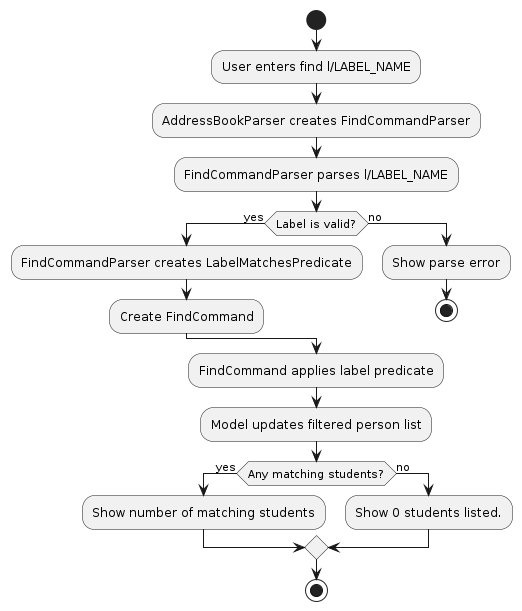
The PlantUML diagram diagrams/LabelFindActivityDiagram.png in AY2627S1-CS2103T-F12-1/tp, before a commit. Its source is kept beside it as diagrams/LabelFindActivityDiagram.puml. Source of this version:
```plantuml
@startuml
start

:User enters find l/LABEL_NAME;
:AddressBookParser creates FindCommandParser;
:FindCommandParser parses l/LABEL_NAME;

if (Label is valid?) then (yes)
    :FindCommandParser creates LabelMatchesPredicate;
    :Create FindCommand;
else (no)
    :Show parse error;
    stop
endif

:FindCommand applies label predicate;
:Model updates filtered person list;

if (Any matching students?) then (yes)
    :Show number of matching students;
else (no)
    :Show 0 students listed.;
endif

stop
@enduml
```
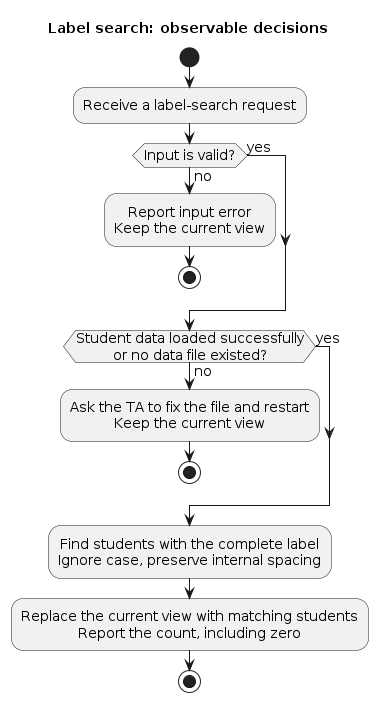
After the commit.

The edit, as a diff of the source:
```diff
@@ -1,26 +1,21 @@
 @startuml
+!include style.puml
+skinparam ArrowFontStyle plain
+
+title Label search: observable decisions
 start
-
-:User enters find l/LABEL_NAME;
-:AddressBookParser creates FindCommandParser;
-:FindCommandParser parses l/LABEL_NAME;
-
-if (Label is valid?) then (yes)
-    :FindCommandParser creates LabelMatchesPredicate;
-    :Create FindCommand;
+:Receive a label-search request;
+if (Input is valid?) then (yes)
 else (no)
-    :Show parse error;
+    :Report input error\nKeep the current view;
     stop
 endif
-
-:FindCommand applies label predicate;
-:Model updates filtered person list;
-
-if (Any matching students?) then (yes)
-    :Show number of matching students;
+if (Student data loaded successfully\nor no data file existed?) then (yes)
 else (no)
-    :Show 0 students listed.;
+    :Ask the TA to fix the file and restart\nKeep the current view;
+    stop
 endif
-
+:Find students with the complete label\nIgnore case, preserve internal spacing;
+:Replace the current view with matching students\nReport the count, including zero;
 stop
 @enduml
```
